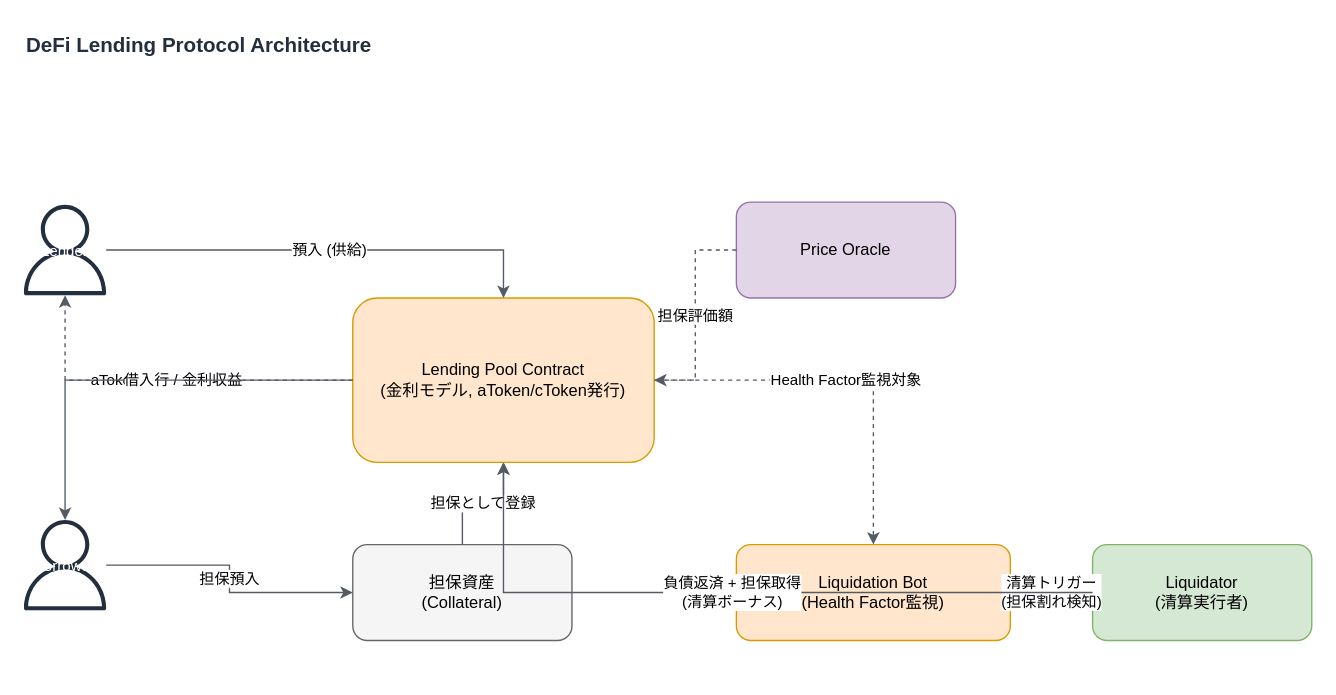
Earlier version of the draw.io diagram .claude/skills/architecture-diagram-drawio/templates/blockchain/defi-lending-protocol.drawio (mashharuki/claude-code-sample). Source tidied: cells renumbered, new cells numbered last; positions are measured from the earlier drawing's top-left corner, leaving out a move shared by most shapes. Both pictures are drawn from the tidied source at 137%, with x=0, y=0 at pixel (23, 23). Pictures stored in the file or linked from it are replaced by grey dashed boxes.
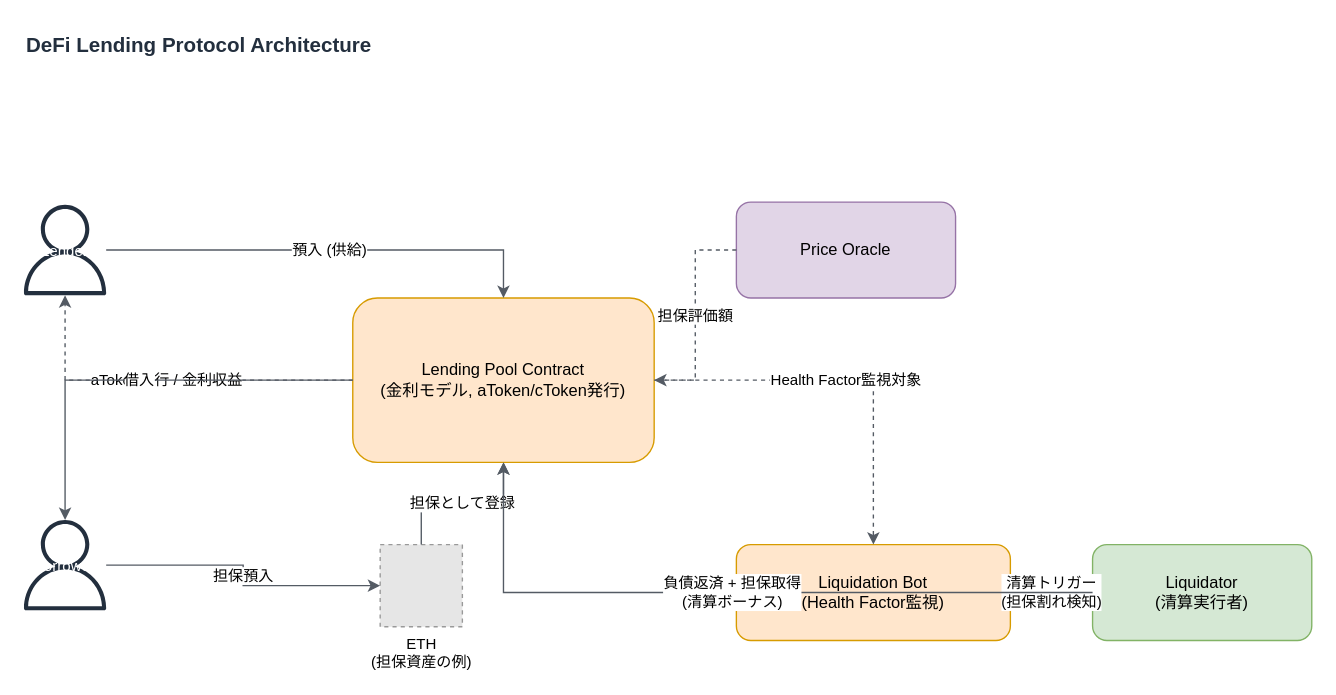
After the change.

What changed in the source:
```diff
@@
 <mxGraphModel>
   <root>
     <mxCell id="0" />
     <mxCell id="1" parent="0" />
     <mxCell id="2" value="DeFi Lending Protocol Architecture" style="text;html=1;align=left;verticalAlign=middle;fontSize=15;fontStyle=1;fontColor=#232F3E;" parent="1" vertex="1">
       <mxGeometry width="700" height="30" as="geometry" />
     </mxCell>
     <mxCell id="3" value="Lender" style="shape=mxgraph.aws4.user;fillColor=#232F3E;fontColor=#ffffff;strokeColor=none;fontSize=11;" parent="1" vertex="1">
       <mxGeometry y="130" width="60" height="70" as="geometry" />
     </mxCell>
     <mxCell id="4" value="Borrower" style="shape=mxgraph.aws4.user;fillColor=#232F3E;fontColor=#ffffff;strokeColor=none;fontSize=11;" parent="1" vertex="1">
       <mxGeometry y="360" width="60" height="70" as="geometry" />
     </mxCell>
     <mxCell id="5" value="Lending Pool Contract&#10;(金利モデル, aToken/cToken発行)" style="rounded=1;whiteSpace=wrap;html=1;fillColor=#FFE6CC;strokeColor=#D79B00;fontSize=12;" parent="1" vertex="1">
       <mxGeometry x="240" y="200" width="220" height="120" as="geometry" />
     </mxCell>
-    <mxCell id="6" value="担保資産&#10;(Collateral)" style="rounded=1;whiteSpace=wrap;html=1;fillColor=#F5F5F5;strokeColor=#666666;fontSize=12;" parent="1" vertex="1">
-      <mxGeometry x="240" y="380" width="160" height="70" as="geometry" />
+    <mxCell id="6" value="ETH&#10;(担保資産の例)" style="fillColor=#E6E6E6;strokeColor=#999999;dashed=1;html=1;verticalAlign=top;verticalLabelPosition=bottom;labelBackgroundColor=default;fontSize=11;" parent="1" vertex="1">
+      <mxGeometry x="260" y="380" width="60" height="60" as="geometry" />
     </mxCell>
     <mxCell id="7" value="Price Oracle" style="rounded=1;whiteSpace=wrap;html=1;fillColor=#E1D5E7;strokeColor=#9673A6;fontSize=12;" parent="1" vertex="1">
       <mxGeometry x="520" y="130" width="160" height="70" as="geometry" />
     </mxCell>
     <mxCell id="8" value="Liquidation Bot&#10;(Health Factor監視)" style="rounded=1;whiteSpace=wrap;html=1;fillColor=#FFE6CC;strokeColor=#D79B00;fontSize=12;" parent="1" vertex="1">
       <mxGeometry x="520" y="380" width="200" height="70" as="geometry" />
     </mxCell>
     <mxCell id="9" value="Liquidator&#10;(清算実行者)" style="rounded=1;whiteSpace=wrap;html=1;fillColor=#D5E8D4;strokeColor=#82B366;fontSize=12;" parent="1" vertex="1">
       <mxGeometry x="780" y="380" width="160" height="70" as="geometry" />
     </mxCell>
     <mxCell id="10" value="預入 (供給)" style="edgeStyle=orthogonalEdgeStyle;rounded=0;html=1;fontSize=11;strokeColor=#545B64;" parent="1" edge="1" source="3" target="5">
       <mxGeometry relative="1" as="geometry" />
     </mxCell>
     <mxCell id="11" value="aToken発行 / 金利収益" style="edgeStyle=orthogonalEdgeStyle;rounded=0;html=1;fontSize=11;strokeColor=#545B64;dashed=1;" parent="1" edge="1" source="5" target="3">
       <mxGeometry relative="1" as="geometry" />
     </mxCell>
     <mxCell id="12" value="担保預入" style="edgeStyle=orthogonalEdgeStyle;rounded=0;html=1;fontSize=11;strokeColor=#545B64;" parent="1" edge="1" source="4" target="6">
       <mxGeometry relative="1" as="geometry" />
     </mxCell>
     <mxCell id="13" value="担保として登録" style="edgeStyle=orthogonalEdgeStyle;rounded=0;html=1;fontSize=11;strokeColor=#545B64;" parent="1" edge="1" source="6" target="5">
       <mxGeometry relative="1" as="geometry" />
     </mxCell>
     <mxCell id="14" value="借入" style="edgeStyle=orthogonalEdgeStyle;rounded=0;html=1;fontSize=11;strokeColor=#545B64;" parent="1" edge="1" source="5" target="4">
       <mxGeometry relative="1" as="geometry" />
     </mxCell>
     <mxCell id="15" value="担保評価額" style="edgeStyle=orthogonalEdgeStyle;rounded=0;html=1;fontSize=11;strokeColor=#545B64;dashed=1;" parent="1" edge="1" source="7" target="5">
       <mxGeometry relative="1" as="geometry" />
     </mxCell>
     <mxCell id="16" value="Health Factor監視対象" style="edgeStyle=orthogonalEdgeStyle;rounded=0;html=1;fontSize=11;strokeColor=#545B64;dashed=1;" parent="1" edge="1" source="5" target="8">
       <mxGeometry relative="1" as="geometry" />
     </mxCell>
     <mxCell id="17" value="清算トリガー&#10;(担保割れ検知)" style="edgeStyle=orthogonalEdgeStyle;rounded=0;html=1;fontSize=11;strokeColor=#545B64;" parent="1" edge="1" source="8" target="9">
       <mxGeometry relative="1" as="geometry" />
     </mxCell>
     <mxCell id="18" value="負債返済 + 担保取得&#10;(清算ボーナス)" style="edgeStyle=orthogonalEdgeStyle;rounded=0;html=1;fontSize=11;strokeColor=#545B64;" parent="1" edge="1" source="9" target="5">
       <mxGeometry relative="1" as="geometry" />
     </mxCell>
   </root>
 </mxGraphModel>
```
